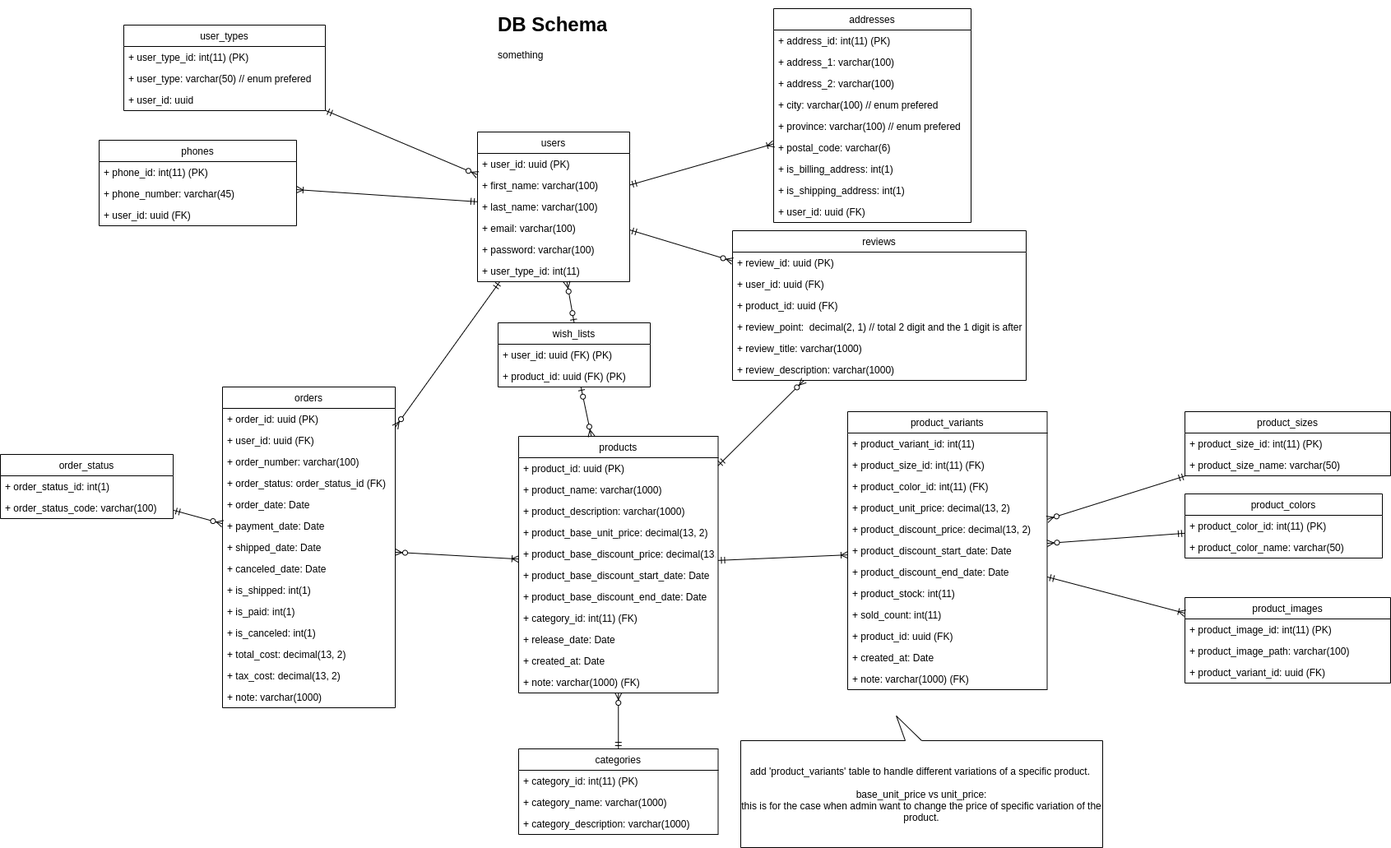
This is db-design.png from stsiwo/e-commerce-starter-kits, a draw.io export, as it was before one commit. Source tidied: cells renumbered, new cells last; positions are measured from the earlier drawing's top-left corner, leaving out a move shared by most shapes.
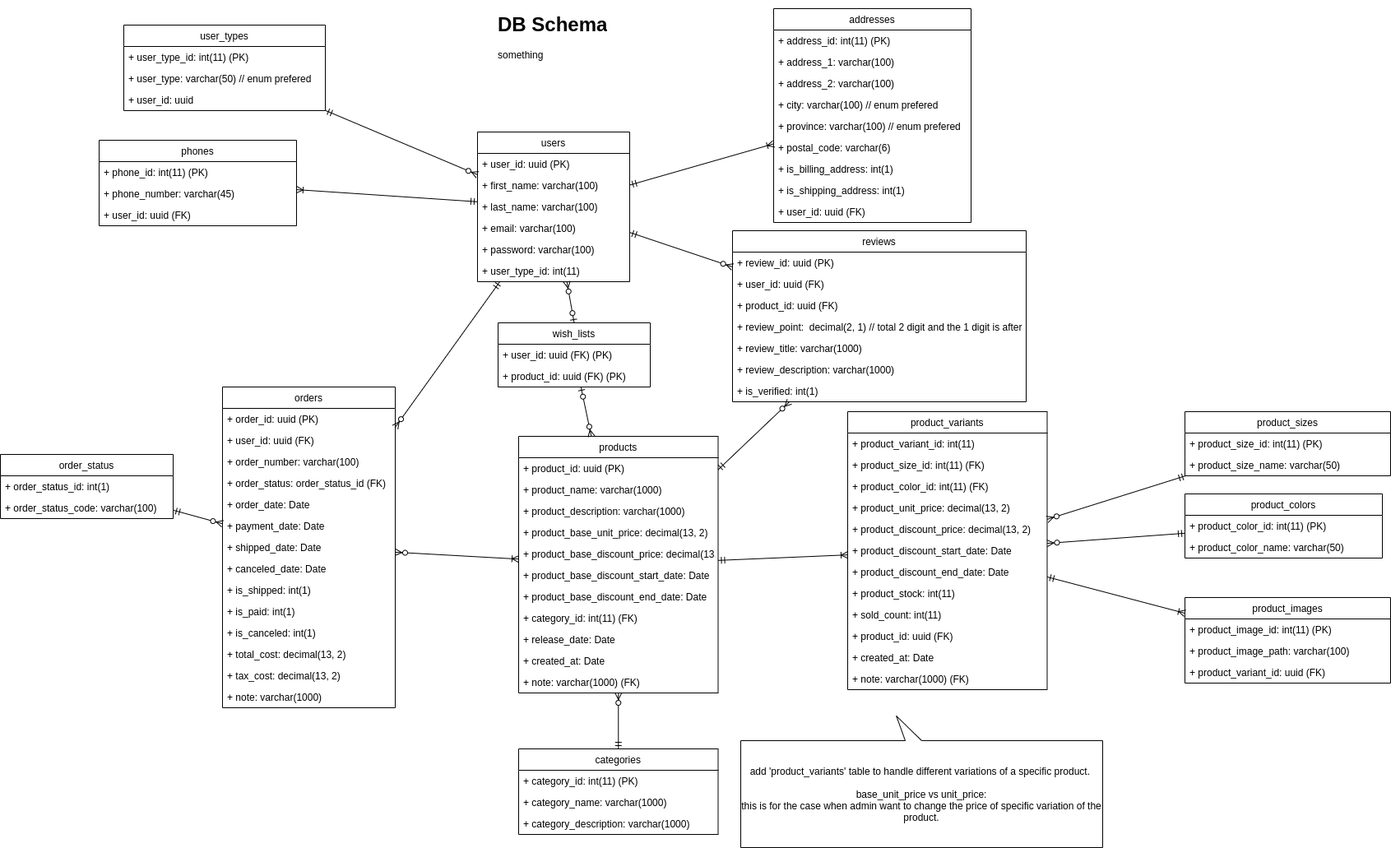
Later version of the same file.

The edit, as a diff of the source:
```diff
@@ -246,7 +246,7 @@
       <mxGeometry y="52" width="185" height="26" as="geometry" />
     </mxCell>
     <mxCell id="83" value="reviews" style="swimlane;fontStyle=0;horizontal=1;startSize=26;fillColor=none;" parent="1" vertex="1">
-      <mxGeometry x="890" y="270" width="357" height="182" as="geometry" />
+      <mxGeometry x="890" y="270" width="357" height="208" as="geometry" />
     </mxCell>
     <mxCell id="84" value="+ review_id: uuid (PK)" style="text;strokeColor=none;fillColor=none;align=left;verticalAlign=top;spacingLeft=4;spacingRight=4;overflow=hidden;" parent="83" vertex="1">
       <mxGeometry y="26" width="357" height="26" as="geometry" />
@@ -266,6 +266,9 @@
     <mxCell id="89" value="+ review_description: varchar(1000)" style="text;strokeColor=none;fillColor=none;align=left;verticalAlign=top;spacingLeft=4;spacingRight=4;overflow=hidden;" parent="83" vertex="1">
       <mxGeometry y="156" width="357" height="26" as="geometry" />
     </mxCell>
+    <mxCell id="111" value="+ is_verified: int(1)" style="text;strokeColor=none;fillColor=none;align=left;verticalAlign=top;spacingLeft=4;spacingRight=4;overflow=hidden;" parent="83" vertex="1">
+      <mxGeometry y="182" width="357" height="26" as="geometry" />
+    </mxCell>
     <mxCell id="90" value="product_images" style="swimlane;fontStyle=0;horizontal=1;startSize=26;fillColor=none;" parent="1" vertex="1">
       <mxGeometry x="1440" y="716" width="250" height="104" as="geometry" />
     </mxCell>
```
